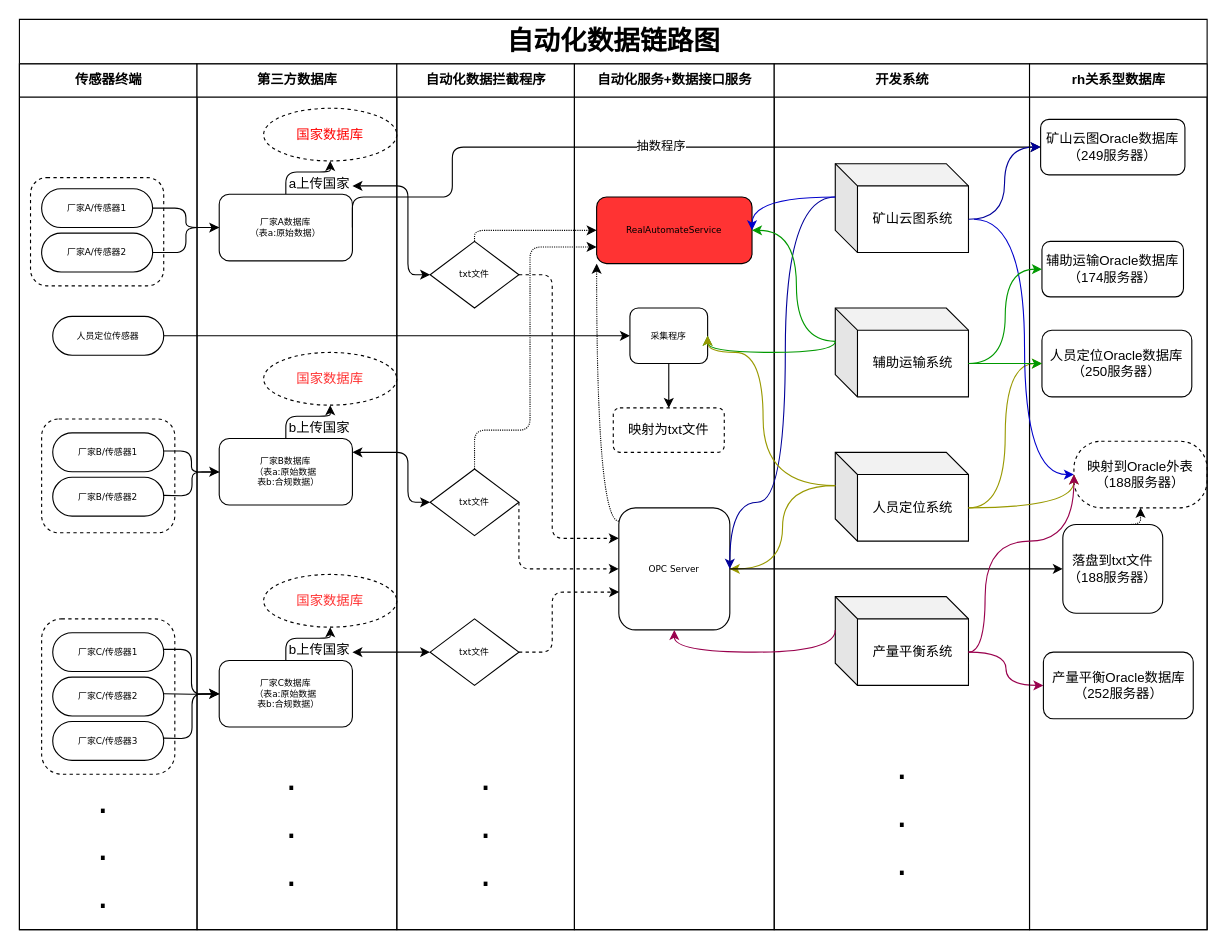
This is src/draw/自动化数据链路图.drawio from liulizhong/LearnAccumulate, a draw.io file, before an edit. Source tidied: cells renumbered, new cells numbered last; positions are measured from the earlier drawing's top-left corner, leaving out a move shared by most shapes. Both pictures are drawn from the tidied source at 111%, with x=0, y=0 at pixel (19, 19).
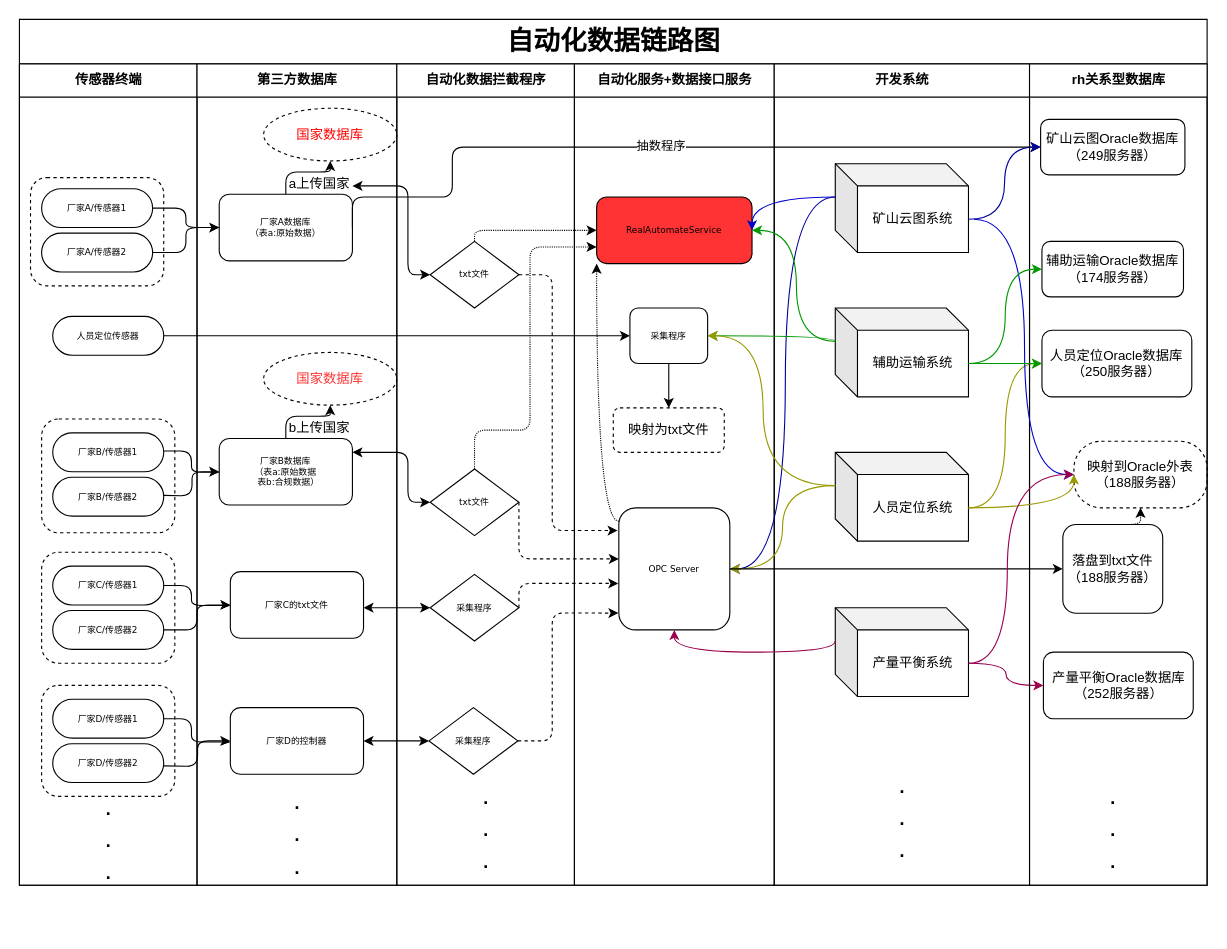
The same page after the edit.

Unchanged cells that the change refers to:
```xml
<mxCell id="37" value="txt文件" style="rhombus;whiteSpace=wrap;html=1;rounded=0;shadow=0;labelBackgroundColor=none;strokeWidth=1;fontFamily=Verdana;fontSize=8;align=center;" parent="36" vertex="1">
  <mxGeometry x="30" y="160" width="80" height="60" as="geometry" />
</mxCell>
<mxCell id="38" value="txt文件" style="rhombus;whiteSpace=wrap;html=1;rounded=0;shadow=0;labelBackgroundColor=none;strokeWidth=1;fontFamily=Verdana;fontSize=8;align=center;" parent="36" vertex="1">
  <mxGeometry x="30" y="365" width="80" height="60" as="geometry" />
</mxCell>
<mxCell id="46" value="OPC Server" style="rounded=1;whiteSpace=wrap;html=1;shadow=0;labelBackgroundColor=none;strokeWidth=1;fontFamily=Verdana;fontSize=8;align=center;" parent="44" vertex="1">
  <mxGeometry x="40" y="400" width="100" height="110" as="geometry" />
</mxCell>
<mxCell id="49" value="采集程序" style="rounded=1;whiteSpace=wrap;html=1;shadow=0;labelBackgroundColor=none;strokeWidth=1;fontFamily=Verdana;fontSize=8;align=center;" parent="44" vertex="1">
  <mxGeometry x="50" y="220" width="70" height="50" as="geometry" />
</mxCell>
<mxCell id="52" value="矿山云图系统" style="shape=cube;whiteSpace=wrap;html=1;boundedLbl=1;backgroundOutline=1;darkOpacity=0.05;darkOpacity2=0.1;rounded=0;shadow=0;fillColor=none;" parent="51" vertex="1">
  <mxGeometry x="55" y="90" width="120" height="80" as="geometry" />
</mxCell>
<mxCell id="53" value="辅助运输系统" style="shape=cube;whiteSpace=wrap;html=1;boundedLbl=1;backgroundOutline=1;darkOpacity=0.05;darkOpacity2=0.1;rounded=0;shadow=0;fillColor=none;" parent="51" vertex="1">
  <mxGeometry x="55" y="220" width="120" height="80" as="geometry" />
</mxCell>
<mxCell id="55" value="人员定位系统" style="shape=cube;whiteSpace=wrap;html=1;boundedLbl=1;backgroundOutline=1;darkOpacity=0.05;darkOpacity2=0.1;rounded=0;shadow=0;fillColor=none;" parent="51" vertex="1">
  <mxGeometry x="55" y="350" width="120" height="80" as="geometry" />
</mxCell>
```

Diff of the diagram source:
```diff
@@
     <mxCell id="2" value="&lt;font style=&quot;font-size: 24px&quot;&gt;自动化数据链路图&lt;/font&gt;" style="swimlane;html=1;startSize=40;rounded=0;shadow=0;labelBackgroundColor=none;strokeWidth=1;fontFamily=Verdana;fontSize=8;align=center;fillColor=none;" parent="1" vertex="1">
-      <mxGeometry width="1070" height="820" as="geometry" />
+      <mxGeometry width="1070" height="780" as="geometry" />
     </mxCell>
     <mxCell id="3" value="传感器终端" style="swimlane;html=1;startSize=30;" parent="2" vertex="1">
-      <mxGeometry y="40" width="160" height="780" as="geometry" />
+      <mxGeometry y="40" width="160" height="740" as="geometry" />
     </mxCell>
@@
     <mxCell id="10" style="rounded=1;whiteSpace=wrap;html=1;shadow=0;fillColor=none;dashed=1;" parent="3" vertex="1">
-      <mxGeometry x="20" y="500" width="120" height="140" as="geometry" />
+      <mxGeometry x="20" y="440" width="120" height="100" as="geometry" />
     </mxCell>
     <mxCell id="11" value="厂家C/传感器1" style="rounded=1;whiteSpace=wrap;html=1;shadow=0;labelBackgroundColor=none;strokeWidth=1;fontFamily=Verdana;fontSize=8;align=center;arcSize=50;" parent="3" vertex="1">
-      <mxGeometry x="30" y="512.5" width="100" height="35" as="geometry" />
+      <mxGeometry x="30" y="452.5" width="100" height="35" as="geometry" />
     </mxCell>
     <mxCell id="12" value="厂家C/传感器2" style="rounded=1;whiteSpace=wrap;html=1;shadow=0;labelBackgroundColor=none;strokeWidth=1;fontFamily=Verdana;fontSize=8;align=center;arcSize=50;" parent="3" vertex="1">
-      <mxGeometry x="30" y="552.5" width="100" height="35" as="geometry" />
+      <mxGeometry x="30" y="492.5" width="100" height="35" as="geometry" />
     </mxCell>
-    <mxCell id="13" value="厂家C/传感器3" style="rounded=1;whiteSpace=wrap;html=1;shadow=0;labelBackgroundColor=none;strokeWidth=1;fontFamily=Verdana;fontSize=8;align=center;arcSize=50;" parent="3" vertex="1">
-      <mxGeometry x="30" y="592.5" width="100" height="35" as="geometry" />
-    </mxCell>
@@
-    <mxCell id="15" value="&lt;font&gt;&lt;font style=&quot;font-size: 36px&quot;&gt;&lt;font&gt;.&lt;br&gt;&lt;/font&gt;.&lt;br&gt;.&lt;/font&gt;&lt;br&gt;&lt;/font&gt;" style="text;html=1;align=center;verticalAlign=middle;" parent="3" vertex="1">
-      <mxGeometry x="60" y="670" width="30" height="70" as="geometry" />
+    <mxCell id="15" value="&lt;font&gt;&lt;font style=&quot;font-size: 24px&quot;&gt;&lt;font&gt;.&lt;br&gt;&lt;/font&gt;.&lt;br&gt;.&lt;/font&gt;&lt;br&gt;&lt;/font&gt;" style="text;html=1;align=center;verticalAlign=middle;" parent="3" vertex="1">
+      <mxGeometry x="70" y="667.5" width="20" height="60" as="geometry" />
     </mxCell>
+    <mxCell id="90" style="rounded=1;whiteSpace=wrap;html=1;shadow=0;fillColor=none;dashed=1;" parent="3" vertex="1">
+      <mxGeometry x="20" y="560" width="120" height="100" as="geometry" />
+    </mxCell>
+    <mxCell id="91" value="厂家D/传感器1" style="rounded=1;whiteSpace=wrap;html=1;shadow=0;labelBackgroundColor=none;strokeWidth=1;fontFamily=Verdana;fontSize=8;align=center;arcSize=50;" parent="3" vertex="1">
+      <mxGeometry x="30" y="572.5" width="100" height="35" as="geometry" />
+    </mxCell>
+    <mxCell id="92" value="厂家D/传感器2" style="rounded=1;whiteSpace=wrap;html=1;shadow=0;labelBackgroundColor=none;strokeWidth=1;fontFamily=Verdana;fontSize=8;align=center;arcSize=50;" parent="3" vertex="1">
+      <mxGeometry x="30" y="612.5" width="100" height="35" as="geometry" />
+    </mxCell>
@@
+    <mxCell id="26" style="edgeStyle=orthogonalEdgeStyle;rounded=1;html=1;labelBackgroundColor=none;startArrow=none;startFill=0;startSize=5;endArrow=classicThin;endFill=1;endSize=5;jettySize=auto;strokeWidth=1;fontFamily=Verdana;fontSize=8;exitX=1;exitY=0.5;exitDx=0;exitDy=0;" parent="2" edge="1" source="11" target="28">
+      <mxGeometry relative="1" as="geometry">
+        <Array as="points">
+          <mxPoint x="155" y="510" />
+          <mxPoint x="155" y="528" />
+        </Array>
+      </mxGeometry>
+    </mxCell>
+    <mxCell id="31" style="edgeStyle=orthogonalEdgeStyle;jettySize=auto;html=1;exitX=1;exitY=0.5;exitDx=0;exitDy=0;entryX=0;entryY=0.5;entryDx=0;entryDy=0;rounded=1;" parent="2" edge="1" source="12" target="28">
+      <mxGeometry relative="1" as="geometry" />
+    </mxCell>
     <mxCell id="17" value="第三方数据库" style="swimlane;html=1;startSize=30;" parent="2" vertex="1">
-      <mxGeometry x="160" y="40" width="180" height="780" as="geometry" />
+      <mxGeometry x="160" y="40" width="180" height="740" as="geometry" />
     </mxCell>
@@
-    <mxCell id="26" style="edgeStyle=orthogonalEdgeStyle;rounded=1;html=1;labelBackgroundColor=none;startArrow=none;startFill=0;startSize=5;endArrow=classicThin;endFill=1;endSize=5;jettySize=auto;strokeWidth=1;fontFamily=Verdana;fontSize=8;" parent="17" edge="1" target="28">
-      <mxGeometry relative="1" as="geometry">
-        <mxPoint x="-30" y="527.5" as="sourcePoint" />
-        <Array as="points">
-          <mxPoint x="-5" y="528" />
-          <mxPoint x="-5" y="568" />
-        </Array>
-      </mxGeometry>
-    </mxCell>
-    <mxCell id="27" style="edgeStyle=orthogonalEdgeStyle;rounded=1;jettySize=auto;html=1;exitX=0.5;exitY=0;exitDx=0;exitDy=0;entryX=0.5;entryY=1;entryDx=0;entryDy=0;" parent="17" edge="1" source="28" target="29">
-      <mxGeometry relative="1" as="geometry" />
-    </mxCell>
-    <mxCell id="28" value="厂家C数据库&lt;br&gt;（表a:原始数据&lt;br&gt;&amp;nbsp; 表b:合规数据）" style="rounded=1;whiteSpace=wrap;html=1;shadow=0;labelBackgroundColor=none;strokeWidth=1;fontFamily=Verdana;fontSize=8;align=center;" parent="17" vertex="1">
-      <mxGeometry x="20" y="537.5" width="120" height="60" as="geometry" />
+    <mxCell id="28" value="厂家C的txt文件" style="rounded=1;whiteSpace=wrap;html=1;shadow=0;labelBackgroundColor=none;strokeWidth=1;fontFamily=Verdana;fontSize=8;align=center;" parent="17" vertex="1">
+      <mxGeometry x="30" y="457.5" width="120" height="60" as="geometry" />
     </mxCell>
-    <mxCell id="29" value="&lt;font color=&quot;#ff3333&quot;&gt;国家数据库&lt;/font&gt;" style="ellipse;whiteSpace=wrap;html=1;rounded=0;shadow=0;dashed=1;fillColor=none;" parent="17" vertex="1">
-      <mxGeometry x="60" y="460" width="120" height="47.5" as="geometry" />
-    </mxCell>
-    <mxCell id="30" value="b上传国家" style="text;html=1;align=center;verticalAlign=middle;" parent="17" vertex="1">
-      <mxGeometry x="75" y="517.5" width="70" height="20" as="geometry" />
-    </mxCell>
-    <mxCell id="31" style="edgeStyle=orthogonalEdgeStyle;rounded=0;jettySize=auto;html=1;exitX=1;exitY=0.5;exitDx=0;exitDy=0;entryX=0;entryY=0.5;entryDx=0;entryDy=0;" parent="17" edge="1" target="28">
-      <mxGeometry relative="1" as="geometry">
-        <mxPoint x="-30" y="567.5" as="sourcePoint" />
-      </mxGeometry>
-    </mxCell>
-    <mxCell id="32" style="rounded=1;jettySize=auto;html=1;exitX=1;exitY=0.5;exitDx=0;exitDy=0;entryX=0;entryY=0.5;entryDx=0;entryDy=0;edgeStyle=orthogonalEdgeStyle;" parent="17" edge="1" target="28">
-      <mxGeometry relative="1" as="geometry">
-        <mxPoint x="-30" y="607.5" as="sourcePoint" />
-      </mxGeometry>
-    </mxCell>
-    <mxCell id="33" value="&lt;font&gt;&lt;font style=&quot;font-size: 36px&quot;&gt;&lt;font&gt;.&lt;br&gt;&lt;/font&gt;.&lt;br&gt;.&lt;/font&gt;&lt;br&gt;&lt;/font&gt;" style="text;html=1;align=center;verticalAlign=middle;" parent="17" vertex="1">
-      <mxGeometry x="70" y="650" width="30" height="70" as="geometry" />
+    <mxCell id="33" value="&lt;font&gt;&lt;font style=&quot;font-size: 24px&quot;&gt;&lt;font&gt;.&lt;br&gt;&lt;/font&gt;.&lt;br&gt;.&lt;/font&gt;&lt;br&gt;&lt;/font&gt;" style="text;html=1;align=center;verticalAlign=middle;" parent="17" vertex="1">
+      <mxGeometry x="80" y="662.5" width="20" height="60" as="geometry" />
     </mxCell>
+    <mxCell id="93" style="edgeStyle=orthogonalEdgeStyle;jettySize=auto;html=1;exitX=1;exitY=0.5;exitDx=0;exitDy=0;entryX=0;entryY=0.5;entryDx=0;entryDy=0;rounded=1;" parent="17" edge="1" target="94">
+      <mxGeometry relative="1" as="geometry">
+        <mxPoint x="-30" y="632.5" as="sourcePoint" />
+      </mxGeometry>
+    </mxCell>
+    <mxCell id="94" value="厂家D的控制器" style="rounded=1;whiteSpace=wrap;html=1;shadow=0;labelBackgroundColor=none;strokeWidth=1;fontFamily=Verdana;fontSize=8;align=center;" parent="17" vertex="1">
+      <mxGeometry x="30" y="580" width="120" height="60" as="geometry" />
+    </mxCell>
@@
     <mxCell id="36" value="自动化数据拦截程序" style="swimlane;html=1;startSize=30;" parent="2" vertex="1">
-      <mxGeometry x="340" y="40" width="160" height="780" as="geometry" />
+      <mxGeometry x="340" y="40" width="160" height="740" as="geometry" />
     </mxCell>
@@
-    <mxCell id="40" value="txt文件" style="rhombus;whiteSpace=wrap;html=1;rounded=0;shadow=0;labelBackgroundColor=none;strokeWidth=1;fontFamily=Verdana;fontSize=8;align=center;" parent="36" vertex="1">
-      <mxGeometry x="30" y="500" width="80" height="60" as="geometry" />
+    <mxCell id="40" value="采集程序" style="rhombus;whiteSpace=wrap;html=1;rounded=0;shadow=0;labelBackgroundColor=none;strokeWidth=1;fontFamily=Verdana;fontSize=8;align=center;" parent="36" vertex="1">
+      <mxGeometry x="30" y="460" width="80" height="60" as="geometry" />
     </mxCell>
-    <mxCell id="41" style="edgeStyle=orthogonalEdgeStyle;rounded=1;jettySize=auto;html=1;exitX=0;exitY=0.5;exitDx=0;exitDy=0;entryX=0.929;entryY=0.625;entryDx=0;entryDy=0;entryPerimeter=0;startArrow=classic;startFill=1;" parent="36" edge="1" source="40">
+    <mxCell id="41" style="edgeStyle=orthogonalEdgeStyle;rounded=1;jettySize=auto;html=1;exitX=0;exitY=0.5;exitDx=0;exitDy=0;startArrow=classic;startFill=1;" parent="36" edge="1" source="40">
       <mxGeometry relative="1" as="geometry">
-        <mxPoint x="-40" y="530" as="targetPoint" />
+        <mxPoint x="-30" y="490" as="targetPoint" />
+        <Array as="points">
+          <mxPoint x="20" y="490" />
+          <mxPoint x="20" y="490" />
+        </Array>
       </mxGeometry>
     </mxCell>
-    <mxCell id="42" value="&lt;font&gt;&lt;font style=&quot;font-size: 36px&quot;&gt;&lt;font&gt;.&lt;br&gt;&lt;/font&gt;.&lt;br&gt;.&lt;/font&gt;&lt;br&gt;&lt;/font&gt;" style="text;html=1;align=center;verticalAlign=middle;" parent="36" vertex="1">
-      <mxGeometry x="65" y="650" width="30" height="70" as="geometry" />
+    <mxCell id="42" value="&lt;font&gt;&lt;font style=&quot;font-size: 24px&quot;&gt;&lt;font&gt;.&lt;br&gt;&lt;/font&gt;.&lt;br&gt;.&lt;/font&gt;&lt;br&gt;&lt;/font&gt;" style="text;html=1;align=center;verticalAlign=middle;" parent="36" vertex="1">
+      <mxGeometry x="70" y="657.5" width="20" height="60" as="geometry" />
     </mxCell>
+    <mxCell id="95" value="采集程序" style="rhombus;whiteSpace=wrap;html=1;rounded=0;shadow=0;labelBackgroundColor=none;strokeWidth=1;fontFamily=Verdana;fontSize=8;align=center;" parent="36" vertex="1">
+      <mxGeometry x="29" y="580" width="80" height="60" as="geometry" />
+    </mxCell>
+    <mxCell id="96" style="edgeStyle=orthogonalEdgeStyle;rounded=1;jettySize=auto;html=1;exitX=0;exitY=0.5;exitDx=0;exitDy=0;startArrow=classic;startFill=1;" parent="36" edge="1" source="95">
+      <mxGeometry relative="1" as="geometry">
+        <mxPoint x="-30" y="610" as="targetPoint" />
+        <Array as="points">
+          <mxPoint x="19" y="610" />
+          <mxPoint x="19" y="610" />
+        </Array>
+      </mxGeometry>
+    </mxCell>
@@
     <mxCell id="44" value="自动化服务+数据接口服务" style="swimlane;html=1;startSize=30;" parent="2" vertex="1">
-      <mxGeometry x="500" y="40" width="180" height="780" as="geometry" />
+      <mxGeometry x="500" y="40" width="180" height="740" as="geometry" />
     </mxCell>
@@
     <mxCell id="51" value="开发系统" style="swimlane;html=1;startSize=30;gradientColor=#ffffff;" parent="2" vertex="1">
-      <mxGeometry x="680" y="40" width="230" height="780" as="geometry" />
+      <mxGeometry x="680" y="40" width="230" height="740" as="geometry" />
     </mxCell>
@@
     <mxCell id="54" value="产量平衡系统" style="shape=cube;whiteSpace=wrap;html=1;boundedLbl=1;backgroundOutline=1;darkOpacity=0.05;darkOpacity2=0.1;rounded=0;shadow=0;fillColor=none;" parent="51" vertex="1">
-      <mxGeometry x="55" y="480" width="120" height="80" as="geometry" />
+      <mxGeometry x="55" y="490" width="120" height="80" as="geometry" />
     </mxCell>
@@
-    <mxCell id="56" value="&lt;font&gt;&lt;font style=&quot;font-size: 36px&quot;&gt;&lt;font&gt;.&lt;br&gt;&lt;/font&gt;.&lt;br&gt;.&lt;/font&gt;&lt;br&gt;&lt;/font&gt;" style="text;html=1;align=center;verticalAlign=middle;" parent="51" vertex="1">
-      <mxGeometry x="100" y="640" width="30" height="70" as="geometry" />
+    <mxCell id="56" value="&lt;font&gt;&lt;font style=&quot;font-size: 24px&quot;&gt;&lt;font&gt;.&lt;br&gt;&lt;/font&gt;.&lt;br&gt;.&lt;/font&gt;&lt;br&gt;&lt;/font&gt;" style="text;html=1;align=center;verticalAlign=middle;" parent="51" vertex="1">
+      <mxGeometry x="105" y="647.5" width="20" height="60" as="geometry" />
     </mxCell>
@@
-    <mxCell id="59" style="edgeStyle=orthogonalEdgeStyle;rounded=1;jettySize=auto;html=1;exitX=1;exitY=0.5;exitDx=0;exitDy=0;entryX=0;entryY=0.5;entryDx=0;entryDy=0;startArrow=none;startFill=0;dashed=1;" parent="2" edge="1" source="38" target="46">
+    <mxCell id="59" style="edgeStyle=orthogonalEdgeStyle;rounded=1;jettySize=auto;html=1;exitX=1;exitY=0.5;exitDx=0;exitDy=0;startArrow=none;startFill=0;dashed=1;" parent="2" edge="1" source="38">
       <mxGeometry relative="1" as="geometry">
+        <mxPoint x="540" y="486" as="targetPoint" />
         <Array as="points">
-          <mxPoint x="450" y="435" />
-          <mxPoint x="450" y="435" />
+          <mxPoint x="450" y="486" />
         </Array>
       </mxGeometry>
     </mxCell>
-    <mxCell id="60" style="edgeStyle=orthogonalEdgeStyle;rounded=1;jettySize=auto;html=1;dashed=1;startArrow=none;startFill=0;entryX=0.003;entryY=0.69;entryDx=0;entryDy=0;entryPerimeter=0;exitX=1;exitY=0.5;exitDx=0;exitDy=0;" parent="2" edge="1" source="40" target="46">
+    <mxCell id="60" style="edgeStyle=orthogonalEdgeStyle;rounded=1;jettySize=auto;html=1;dashed=1;startArrow=none;startFill=0;entryX=-0.005;entryY=0.619;entryDx=0;entryDy=0;exitX=1;exitY=0.5;exitDx=0;exitDy=0;entryPerimeter=0;" parent="2" edge="1" source="40" target="46">
       <mxGeometry relative="1" as="geometry">
         <Array as="points">
-          <mxPoint x="480" y="570" />
-          <mxPoint x="480" y="516" />
+          <mxPoint x="450" y="508" />
         </Array>
       </mxGeometry>
     </mxCell>
-    <mxCell id="61" style="edgeStyle=orthogonalEdgeStyle;rounded=1;jettySize=auto;html=1;exitX=1;exitY=0.5;exitDx=0;exitDy=0;dashed=1;startArrow=none;startFill=0;entryX=0;entryY=0.25;entryDx=0;entryDy=0;" parent="2" edge="1" source="37" target="46">
+    <mxCell id="61" style="edgeStyle=orthogonalEdgeStyle;rounded=1;jettySize=auto;html=1;exitX=1;exitY=0.5;exitDx=0;exitDy=0;dashed=1;startArrow=none;startFill=0;entryX=-0.011;entryY=0.186;entryDx=0;entryDy=0;entryPerimeter=0;" parent="2" edge="1" source="37" target="46">
       <mxGeometry relative="1" as="geometry">
         <Array as="points">
           <mxPoint x="480" y="230" />
-          <mxPoint x="480" y="468" />
+          <mxPoint x="480" y="460" />
+          <mxPoint x="539" y="460" />
         </Array>
       </mxGeometry>
     </mxCell>
@@
     <mxCell id="67" style="edgeStyle=orthogonalEdgeStyle;curved=1;jettySize=auto;html=1;exitX=0;exitY=0;exitDx=0;exitDy=30;exitPerimeter=0;strokeColor=#000099;entryX=1;entryY=0.5;entryDx=0;entryDy=0;" parent="2" edge="1" source="52" target="46">
       <mxGeometry relative="1" as="geometry">
         <Array as="points">
           <mxPoint x="690" y="160" />
-          <mxPoint x="690" y="435" />
+          <mxPoint x="690" y="495" />
         </Array>
       </mxGeometry>
     </mxCell>
@@
     <mxCell id="71" style="edgeStyle=orthogonalEdgeStyle;jettySize=auto;html=1;exitX=1;exitY=0.5;exitDx=0;exitDy=0;startArrow=classic;startFill=1;endArrow=none;endFill=0;strokeColor=#009900;entryX=0;entryY=0;entryDx=0;entryDy=30;entryPerimeter=0;curved=1;" parent="2" edge="1" source="49" target="53">
       <mxGeometry relative="1" as="geometry">
         <Array as="points">
-          <mxPoint x="735" y="300" />
+          <mxPoint x="735" y="285" />
         </Array>
       </mxGeometry>
     </mxCell>
@@
     <mxCell id="73" style="edgeStyle=orthogonalEdgeStyle;curved=1;jettySize=auto;html=1;exitX=0;exitY=0;exitDx=0;exitDy=30;exitPerimeter=0;startArrow=none;startFill=0;endArrow=classic;endFill=1;strokeColor=#999900;entryX=1;entryY=0.5;entryDx=0;entryDy=0;" parent="2" edge="1" source="55" target="49">
       <mxGeometry relative="1" as="geometry">
         <Array as="points">
           <mxPoint x="670" y="420" />
-          <mxPoint x="670" y="300" />
+          <mxPoint x="670" y="285" />
         </Array>
       </mxGeometry>
     </mxCell>
     <mxCell id="74" value="rh关系型数据库" style="swimlane;html=1;startSize=30;" parent="2" vertex="1">
-      <mxGeometry x="910" y="40" width="160" height="780" as="geometry" />
+      <mxGeometry x="910" y="40" width="160" height="740" as="geometry" />
     </mxCell>
@@
+    <mxCell id="97" value="&lt;font&gt;&lt;font style=&quot;font-size: 24px&quot;&gt;&lt;font&gt;.&lt;br&gt;&lt;/font&gt;.&lt;br&gt;.&lt;/font&gt;&lt;br&gt;&lt;/font&gt;" style="text;html=1;align=center;verticalAlign=middle;" parent="74" vertex="1">
+      <mxGeometry x="65" y="657.5" width="20" height="60" as="geometry" />
+    </mxCell>
@@
+    <mxCell id="98" style="edgeStyle=orthogonalEdgeStyle;rounded=1;html=1;labelBackgroundColor=none;startArrow=none;startFill=0;startSize=5;endArrow=classicThin;endFill=1;endSize=5;jettySize=auto;strokeWidth=1;fontFamily=Verdana;fontSize=8;exitX=1;exitY=0.5;exitDx=0;exitDy=0;" parent="2" edge="1" source="91" target="94">
+      <mxGeometry relative="1" as="geometry">
+        <Array as="points">
+          <mxPoint x="155" y="630" />
+          <mxPoint x="155" y="651" />
+        </Array>
+      </mxGeometry>
+    </mxCell>
+    <mxCell id="99" style="edgeStyle=orthogonalEdgeStyle;rounded=1;jettySize=auto;html=1;exitX=1;exitY=0.5;exitDx=0;exitDy=0;entryX=-0.004;entryY=0.862;entryDx=0;entryDy=0;strokeColor=#000000;dashed=1;entryPerimeter=0;" parent="2" edge="1" source="95" target="46">
+      <mxGeometry relative="1" as="geometry">
+        <Array as="points">
+          <mxPoint x="480" y="650" />
+          <mxPoint x="480" y="535" />
+          <mxPoint x="540" y="535" />
+        </Array>
+      </mxGeometry>
+    </mxCell>
@@
     <mxCell id="89" style="edgeStyle=orthogonalEdgeStyle;curved=1;jettySize=auto;html=1;exitX=0;exitY=0;exitDx=120;exitDy=50;exitPerimeter=0;strokeColor=#99004D;" parent="1" edge="1" source="54">
       <mxGeometry relative="1" as="geometry">
         <mxPoint x="950" y="410" as="targetPoint" />
         <Array as="points">
-          <mxPoint x="870" y="570" />
-          <mxPoint x="870" y="470" />
-          <mxPoint x="950" y="470" />
+          <mxPoint x="890" y="580" />
+          <mxPoint x="890" y="410" />
         </Array>
       </mxGeometry>
     </mxCell>
```
